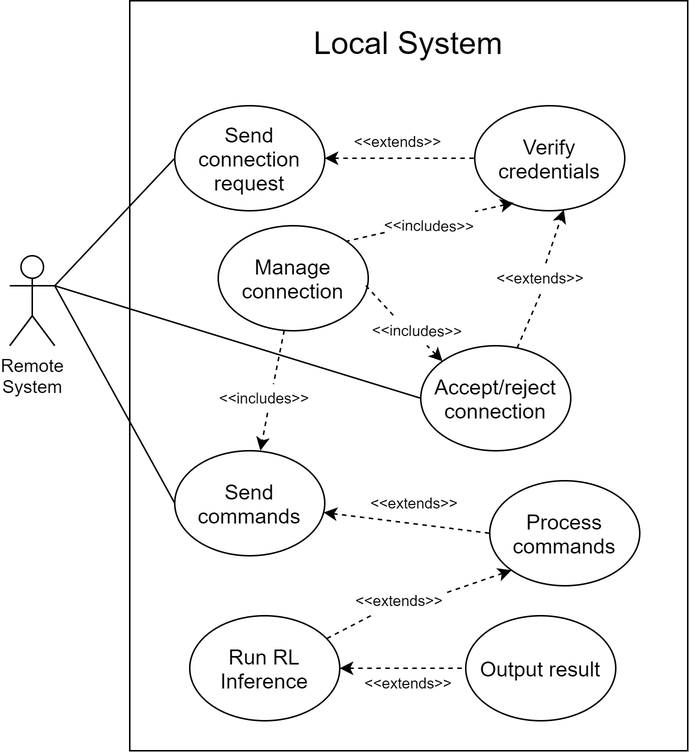
The draw.io diagram 2. Analysis/5. System Analysis/Local/Use Case/use_case_local.png in esrg-silent-howl/zephyrus, before a commit. Source tidied: cells renumbered, new cells last; positions are measured from the earlier drawing's top-left corner, leaving out a move shared by most shapes.
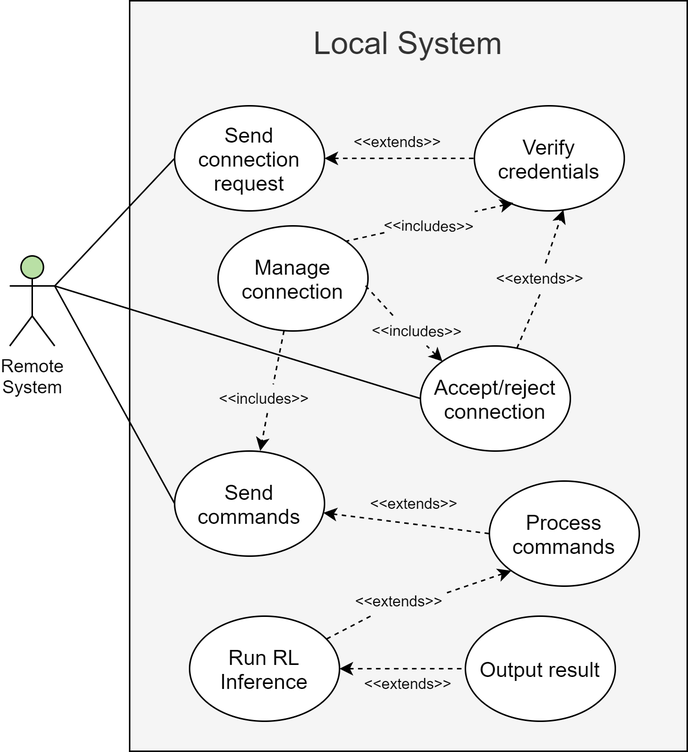
After the change.

Commit message:
UPDT: Aesthetic changes to use case diagrams

Change to the diagram source:
```diff
@@ -2,7 +2,7 @@
   <root>
     <mxCell id="0" />
     <mxCell id="1" parent="0" />
-    <mxCell id="2" value="Local System" style="rounded=0;whiteSpace=wrap;html=1;fontSize=21;verticalAlign=top;spacingTop=9;" parent="1" vertex="1">
+    <mxCell id="2" value="Local System" style="rounded=0;whiteSpace=wrap;html=1;fontSize=21;verticalAlign=top;spacingTop=9;fillColor=#f5f5f5;fontColor=#333333;" parent="1" vertex="1">
       <mxGeometry x="80" width="372" height="500" as="geometry" />
     </mxCell>
     <mxCell id="3" style="rounded=0;jettySize=auto;html=1;exitX=1;exitY=0.3333333333333333;exitDx=0;exitDy=0;exitPerimeter=0;entryX=0;entryY=0.5;entryDx=0;entryDy=0;fontSize=14;endArrow=none;endFill=0;" parent="1" edge="1" source="5" target="7">
@@ -11,7 +11,7 @@
     <mxCell id="4" style="edgeStyle=none;rounded=0;jettySize=auto;html=1;exitX=1;exitY=0.3333333333333333;exitDx=0;exitDy=0;exitPerimeter=0;entryX=0;entryY=0.5;entryDx=0;entryDy=0;endArrow=none;endFill=0;fontSize=14;" parent="1" edge="1" source="5" target="13">
       <mxGeometry relative="1" as="geometry" />
     </mxCell>
-    <mxCell id="5" value="Remote&lt;br&gt;System" style="shape=umlActor;verticalLabelPosition=bottom;verticalAlign=top;html=1;outlineConnect=0;" parent="1" vertex="1">
+    <mxCell id="5" value="Remote&lt;br&gt;System" style="shape=umlActor;verticalLabelPosition=bottom;verticalAlign=top;html=1;outlineConnect=0;fillColor=#B9E0A5;" parent="1" vertex="1">
       <mxGeometry y="170" width="30" height="60" as="geometry" />
     </mxCell>
     <mxCell id="6" style="rounded=0;jettySize=auto;html=1;entryX=0;entryY=0.5;entryDx=0;entryDy=0;fontSize=14;startArrow=classic;startFill=1;endArrow=none;endFill=0;dashed=1;" parent="1" edge="1" source="7" target="9">
```
